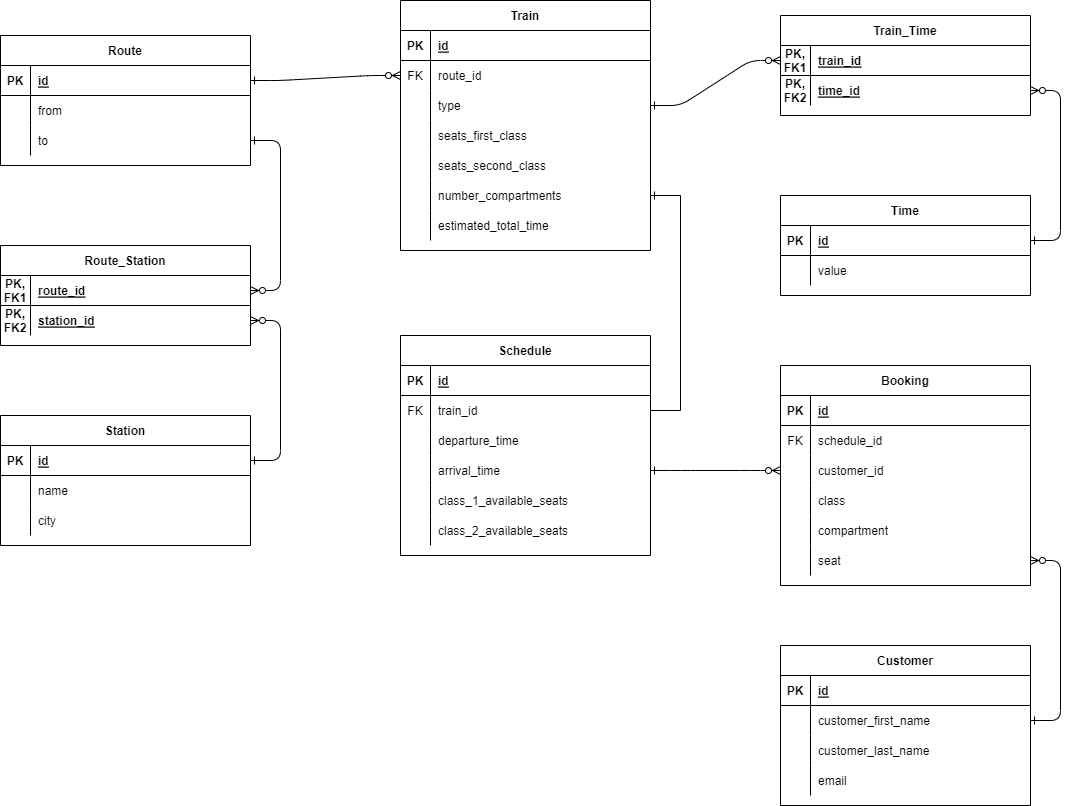
Above: diagrams/railways.png in DiaconuAndr3i/RailwaysManagementSystem (draw.io), before the change. Source tidied: cells renumbered, new cells last; positions are measured from the earlier drawing's top-left corner, leaving out a move shared by most shapes.
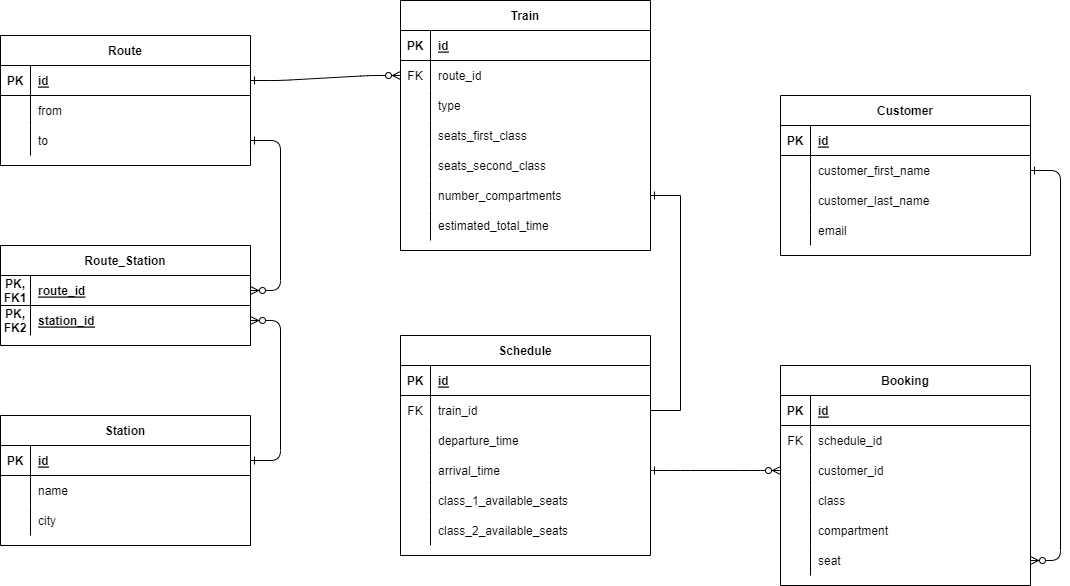
After the change.

The edit, as a diff of the source:
```diff
@@ -286,60 +286,8 @@
         <mxPoint x="-27" y="-20" as="offset" />
       </mxGeometry>
     </mxCell>
-    <mxCell id="94" value="Time" style="shape=table;startSize=30;rowLines=0;fontStyle=1;align=center;" parent="1" vertex="1">
-      <mxGeometry x="780" y="195" width="250" height="100" as="geometry" />
-    </mxCell>
-    <mxCell id="95" style="shape=partialRectangle;fillColor=none;points=[[0,0.5],[1,0.5]];portConstraint=eastwest;top=0;left=0;right=0;bottom=1;" parent="94" vertex="1">
-      <mxGeometry y="30" width="250" height="30" as="geometry" />
-    </mxCell>
-    <mxCell id="96" value="PK" style="shape=partialRectangle;overflow=hidden;fillColor=none;top=0;left=0;bottom=0;right=0;fontStyle=1;" parent="95" vertex="1">
-      <mxGeometry width="30" height="30" as="geometry" />
-    </mxCell>
-    <mxCell id="97" value="id" style="shape=partialRectangle;overflow=hidden;fillColor=none;top=0;left=0;bottom=0;right=0;align=left;spacingLeft=6;fontStyle=5;" parent="95" vertex="1">
-      <mxGeometry x="30" width="220" height="30" as="geometry" />
-    </mxCell>
-    <mxCell id="98" style="shape=partialRectangle;fillColor=none;top=0;left=0;right=0;bottom=0;" parent="94" vertex="1">
-      <mxGeometry y="60" width="250" height="30" as="geometry" />
-    </mxCell>
-    <mxCell id="99" style="shape=partialRectangle;overflow=hidden;fillColor=none;top=0;left=0;bottom=0;right=0;" parent="98" vertex="1">
-      <mxGeometry width="30" height="30" as="geometry" />
-    </mxCell>
-    <mxCell id="100" value="value" style="shape=partialRectangle;overflow=hidden;fillColor=none;top=0;left=0;bottom=0;right=0;align=left;spacingLeft=6;" parent="98" vertex="1">
-      <mxGeometry x="30" width="220" height="30" as="geometry" />
-    </mxCell>
-    <mxCell id="101" value="Train_Time" style="shape=table;startSize=30;rowLines=0;fontStyle=1;align=center;" parent="1" vertex="1">
-      <mxGeometry x="780" y="15" width="250" height="100" as="geometry" />
-    </mxCell>
-    <mxCell id="102" style="shape=partialRectangle;fillColor=none;points=[[0,0.5],[1,0.5]];portConstraint=eastwest;top=0;left=0;right=0;bottom=1;" parent="101" vertex="1">
-      <mxGeometry y="30" width="250" height="30" as="geometry" />
-    </mxCell>
-    <mxCell id="103" value="PK,&#10;FK1" style="shape=partialRectangle;overflow=hidden;fillColor=none;top=0;left=0;bottom=0;right=0;fontStyle=1;" parent="102" vertex="1">
-      <mxGeometry width="30" height="30" as="geometry" />
-    </mxCell>
-    <mxCell id="104" value="train_id" style="shape=partialRectangle;overflow=hidden;fillColor=none;top=0;left=0;bottom=0;right=0;align=left;spacingLeft=6;fontStyle=5;" parent="102" vertex="1">
-      <mxGeometry x="30" width="220" height="30" as="geometry" />
-    </mxCell>
-    <mxCell id="105" style="shape=partialRectangle;fillColor=none;points=[[0,0.5],[1,0.5]];portConstraint=eastwest;top=0;left=0;right=0;bottom=0;" parent="101" vertex="1">
-      <mxGeometry y="60" width="250" height="30" as="geometry" />
-    </mxCell>
-    <mxCell id="106" value="PK,&#10;FK2" style="shape=partialRectangle;overflow=hidden;fillColor=none;top=0;left=0;bottom=0;right=0;fontStyle=1;" parent="105" vertex="1">
-      <mxGeometry width="30" height="30" as="geometry" />
-    </mxCell>
-    <mxCell id="107" value="time_id" style="shape=partialRectangle;overflow=hidden;fillColor=none;top=0;left=0;bottom=0;right=0;align=left;spacingLeft=6;fontStyle=5;" parent="105" vertex="1">
-      <mxGeometry x="30" width="220" height="30" as="geometry" />
-    </mxCell>
-    <mxCell id="108" style="edgeStyle=entityRelationEdgeStyle;endArrow=ERzeroToMany;startArrow=ERone;endFill=1;startFill=0;entryX=0;entryY=0.5;entryDx=0;entryDy=0;exitX=1;exitY=0.5;exitDx=0;exitDy=0;" parent="1" edge="1" source="78" target="102">
-      <mxGeometry x="-0.45" y="59" relative="1" as="geometry">
-        <mxPoint x="-27" y="-20" as="offset" />
-      </mxGeometry>
-    </mxCell>
-    <mxCell id="109" style="edgeStyle=entityRelationEdgeStyle;endArrow=ERzeroToMany;startArrow=ERone;endFill=1;startFill=0;exitX=1;exitY=0.5;exitDx=0;exitDy=0;entryX=1;entryY=0.5;entryDx=0;entryDy=0;" parent="1" edge="1" source="95" target="105">
-      <mxGeometry x="-0.45" y="59" relative="1" as="geometry">
-        <mxPoint x="-27" y="-20" as="offset" />
-      </mxGeometry>
-    </mxCell>
     <mxCell id="110" value="Customer" style="shape=table;startSize=30;rowLines=0;fontStyle=1;align=center;" parent="1" vertex="1">
-      <mxGeometry x="780" y="645" width="250" height="160" as="geometry" />
+      <mxGeometry x="780" y="95" width="250" height="160" as="geometry" />
     </mxCell>
     <mxCell id="111" style="shape=partialRectangle;fillColor=none;top=0;left=0;right=0;bottom=1;" parent="110" vertex="1">
       <mxGeometry y="30" width="250" height="30" as="geometry" />
```
